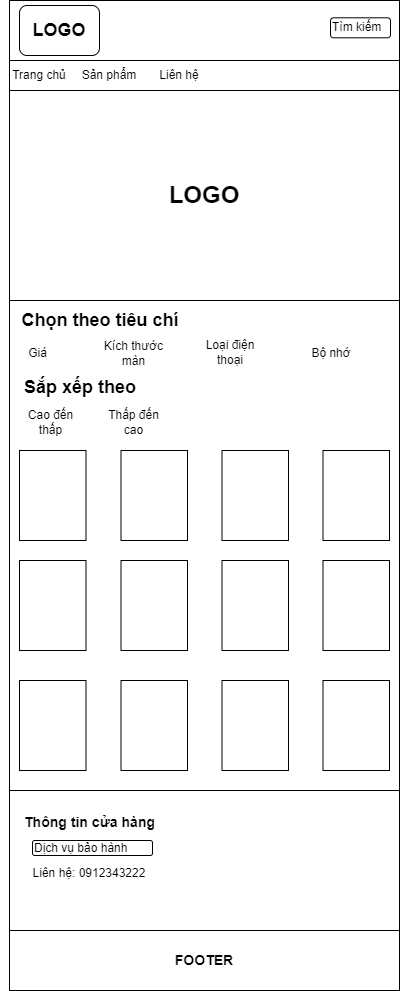
Earlier version of the draw.io export img/San pham-MOBILE.png (NguyenHocPH36330/Web106_HocNC). Source tidied: cells renumbered, new cells last; positions are measured from the earlier drawing's top-left corner, leaving out a move shared by most shapes.
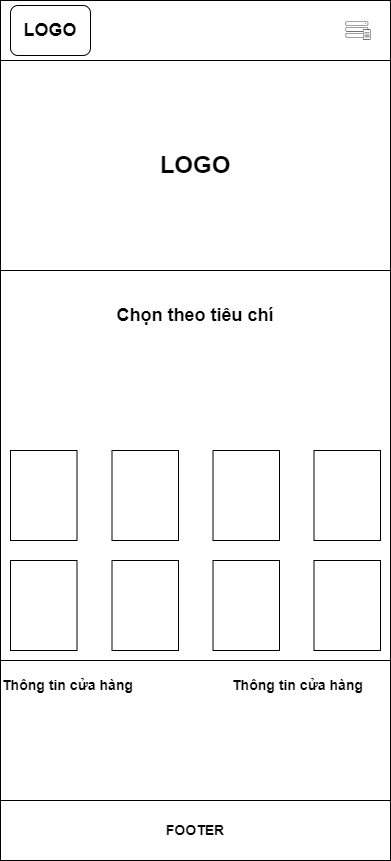
The same diagram one commit later.

What changed in the source:
```diff
@@ -3,7 +3,7 @@
     <mxCell id="0" />
     <mxCell id="1" parent="0" />
     <mxCell id="2" style="rounded=0;whiteSpace=wrap;html=1;" parent="1" vertex="1">
-      <mxGeometry x="9" width="390" height="990" as="geometry" />
+      <mxGeometry x="9" width="390" height="860" as="geometry" />
     </mxCell>
     <mxCell id="3" style="rounded=0;whiteSpace=wrap;html=1;" parent="1" vertex="1">
       <mxGeometry x="9" width="390" height="60" as="geometry" />
@@ -12,38 +12,14 @@
       <mxGeometry x="19" y="5" width="80" height="50" as="geometry" />
     </mxCell>
     <mxCell id="5" value="&lt;h1&gt;LOGO&lt;/h1&gt;" style="rounded=0;whiteSpace=wrap;html=1;" parent="1" vertex="1">
-      <mxGeometry x="9" y="90" width="390" height="210" as="geometry" />
+      <mxGeometry x="9" y="60" width="390" height="210" as="geometry" />
     </mxCell>
     <mxCell id="6" value="&lt;h3&gt;FOOTER&lt;/h3&gt;" style="rounded=0;whiteSpace=wrap;html=1;" parent="1" vertex="1">
-      <mxGeometry x="9" y="930" width="390" height="60" as="geometry" />
+      <mxGeometry x="9" y="800" width="390" height="60" as="geometry" />
     </mxCell>
-    <mxCell id="7" value="Tìm kiếm" style="rounded=1;whiteSpace=wrap;html=1;align=left;" parent="1" vertex="1">
-      <mxGeometry x="330" y="17.3" width="60" height="20" as="geometry" />
-    </mxCell>
-    <mxCell id="8" value="Trang chủ" style="text;html=1;strokeColor=none;fillColor=none;align=center;verticalAlign=middle;whiteSpace=wrap;rounded=0;" parent="1" vertex="1">
-      <mxGeometry x="9" y="60" width="60" height="30" as="geometry" />
-    </mxCell>
-    <mxCell id="9" value="Sản phẩm" style="text;html=1;strokeColor=none;fillColor=none;align=center;verticalAlign=middle;whiteSpace=wrap;rounded=0;" parent="1" vertex="1">
-      <mxGeometry x="79" y="60" width="60" height="30" as="geometry" />
-    </mxCell>
-    <mxCell id="10" value="Liên hệ" style="text;html=1;strokeColor=none;fillColor=none;align=center;verticalAlign=middle;whiteSpace=wrap;rounded=0;" parent="1" vertex="1">
-      <mxGeometry x="149" y="60" width="60" height="30" as="geometry" />
-    </mxCell>
     <mxCell id="11" value="&lt;h2&gt;Chọn theo tiêu chí&lt;/h2&gt;" style="text;html=1;strokeColor=none;fillColor=none;align=center;verticalAlign=middle;whiteSpace=wrap;rounded=0;" parent="1" vertex="1">
-      <mxGeometry y="300" width="200" height="40" as="geometry" />
+      <mxGeometry x="104" y="295" width="200" height="40" as="geometry" />
     </mxCell>
-    <mxCell id="12" value="Giá" style="text;html=1;strokeColor=none;fillColor=none;align=center;verticalAlign=middle;whiteSpace=wrap;rounded=0;flipH=1;" parent="1" vertex="1">
-      <mxGeometry x="19" y="337.5" width="37" height="30" as="geometry" />
-    </mxCell>
-    <mxCell id="13" value="Kích thước màn" style="text;html=1;strokeColor=none;fillColor=none;align=center;verticalAlign=middle;whiteSpace=wrap;rounded=0;flipH=1;" parent="1" vertex="1">
-      <mxGeometry x="98" y="337.5" width="71" height="30" as="geometry" />
-    </mxCell>
-    <mxCell id="14" value="Loại điện thoại" style="text;html=1;strokeColor=none;fillColor=none;align=center;verticalAlign=middle;whiteSpace=wrap;rounded=0;flipH=1;" parent="1" vertex="1">
-      <mxGeometry x="200" y="337" width="60" height="30" as="geometry" />
-    </mxCell>
-    <mxCell id="15" value="Bộ nhớ" style="text;html=1;strokeColor=none;fillColor=none;align=center;verticalAlign=middle;whiteSpace=wrap;rounded=0;flipH=1;" parent="1" vertex="1">
-      <mxGeometry x="301" y="337.5" width="60" height="30" as="geometry" />
-    </mxCell>
     <mxCell id="16" style="rounded=0;whiteSpace=wrap;html=1;flipH=1;" parent="1" vertex="1">
       <mxGeometry x="19" y="450" width="66.5" height="90" as="geometry" />
     </mxCell>
@@ -68,38 +44,17 @@
     <mxCell id="23" style="rounded=0;whiteSpace=wrap;html=1;flipH=1;" parent="1" vertex="1">
       <mxGeometry x="322.5" y="560" width="66.5" height="90" as="geometry" />
     </mxCell>
-    <mxCell id="24" style="rounded=0;whiteSpace=wrap;html=1;flipH=1;" parent="1" vertex="1">
-      <mxGeometry x="19" y="680" width="66.5" height="90" as="geometry" />
-    </mxCell>
-    <mxCell id="25" style="rounded=0;whiteSpace=wrap;html=1;flipH=1;" parent="1" vertex="1">
-      <mxGeometry x="120.5" y="680" width="66.5" height="90" as="geometry" />
-    </mxCell>
-    <mxCell id="26" style="rounded=0;whiteSpace=wrap;html=1;flipH=1;" parent="1" vertex="1">
-      <mxGeometry x="221.5" y="680" width="66.5" height="90" as="geometry" />
-    </mxCell>
-    <mxCell id="27" style="rounded=0;whiteSpace=wrap;html=1;flipH=1;" parent="1" vertex="1">
-      <mxGeometry x="322.5" y="680" width="66.5" height="90" as="geometry" />
-    </mxCell>
     <mxCell id="28" style="rounded=0;whiteSpace=wrap;html=1;" parent="1" vertex="1">
-      <mxGeometry x="9" y="790" width="390" height="140" as="geometry" />
+      <mxGeometry x="9" y="660" width="390" height="140" as="geometry" />
     </mxCell>
-    <mxCell id="29" value="Dịch vụ bảo hành" style="rounded=1;whiteSpace=wrap;html=1;align=left;" parent="1" vertex="1">
-      <mxGeometry x="32" y="840" width="120" height="15" as="geometry" />
-    </mxCell>
     <mxCell id="30" value="&lt;h3&gt;Thông tin cửa hàng&lt;/h3&gt;" style="text;html=1;align=left;verticalAlign=middle;whiteSpace=wrap;rounded=0;" parent="1" vertex="1">
-      <mxGeometry x="22" y="807" width="140" height="30" as="geometry" />
+      <mxGeometry x="9" y="670" width="140" height="30" as="geometry" />
     </mxCell>
-    <mxCell id="31" value="Liên hệ: 0912343222" style="text;html=1;align=center;verticalAlign=middle;whiteSpace=wrap;rounded=0;" parent="1" vertex="1">
-      <mxGeometry x="23" y="858" width="132" height="30" as="geometry" />
-    </mxCell>
-    <mxCell id="32" value="&lt;h2&gt;Sắp xếp theo&lt;/h2&gt;" style="text;html=1;strokeColor=none;fillColor=none;align=left;verticalAlign=middle;whiteSpace=wrap;rounded=0;" parent="1" vertex="1">
-      <mxGeometry x="22" y="367" width="200" height="40" as="geometry" />
-    </mxCell>
-    <mxCell id="33" value="Cao đến thấp" style="text;html=1;strokeColor=none;fillColor=none;align=center;verticalAlign=middle;whiteSpace=wrap;rounded=0;flipH=1;" parent="1" vertex="1">
-      <mxGeometry x="22" y="407" width="57" height="30" as="geometry" />
-    </mxCell>
-    <mxCell id="34" value="Thấp đến cao" style="text;html=1;strokeColor=none;fillColor=none;align=center;verticalAlign=middle;whiteSpace=wrap;rounded=0;flipH=1;" parent="1" vertex="1">
-      <mxGeometry x="105" y="407" width="57" height="30" as="geometry" />
-    </mxCell>
+    <mxCell id="35" value="&lt;h3&gt;Thông tin cửa hàng&lt;/h3&gt;" style="text;html=1;align=left;verticalAlign=middle;whiteSpace=wrap;rounded=0;" parent="1" vertex="1">
+      <mxGeometry x="239" y="670" width="140" height="30" as="geometry" />
+    </mxCell>
+    <mxCell id="36" style="sketch=0;shadow=0;dashed=0;html=1;strokeColor=none;fillColor=#434445;labelPosition=center;verticalLabelPosition=bottom;verticalAlign=top;align=center;shape=mxgraph.vvd.array_manager;" parent="1" vertex="1">
+      <mxGeometry x="354" y="20.9" width="25" height="18.2" as="geometry" />
+    </mxCell>
   </root>
 </mxGraphModel>
```
